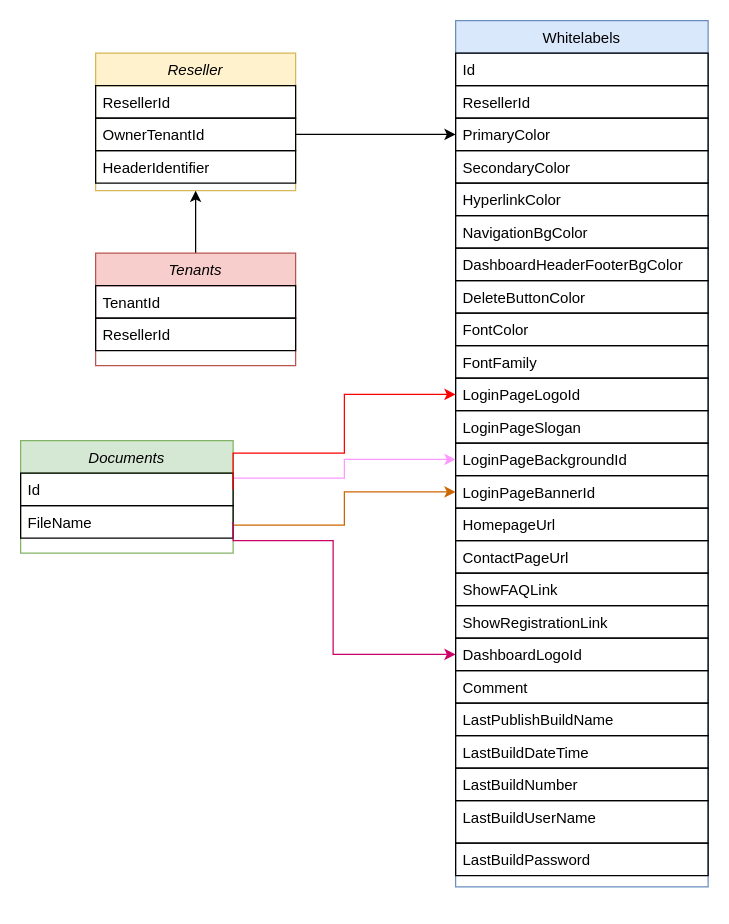
sahar2550/.Net keeps this draw.io diagram as Unbenanntes Diagramm.drawio. Above is the earlier version. Source tidied: cells renumbered, new cells numbered last; positions are measured from the earlier drawing's top-left corner, leaving out a move shared by most shapes. Both pictures are drawn from the tidied source at 125%, with x=0, y=0 at pixel (20, 20).
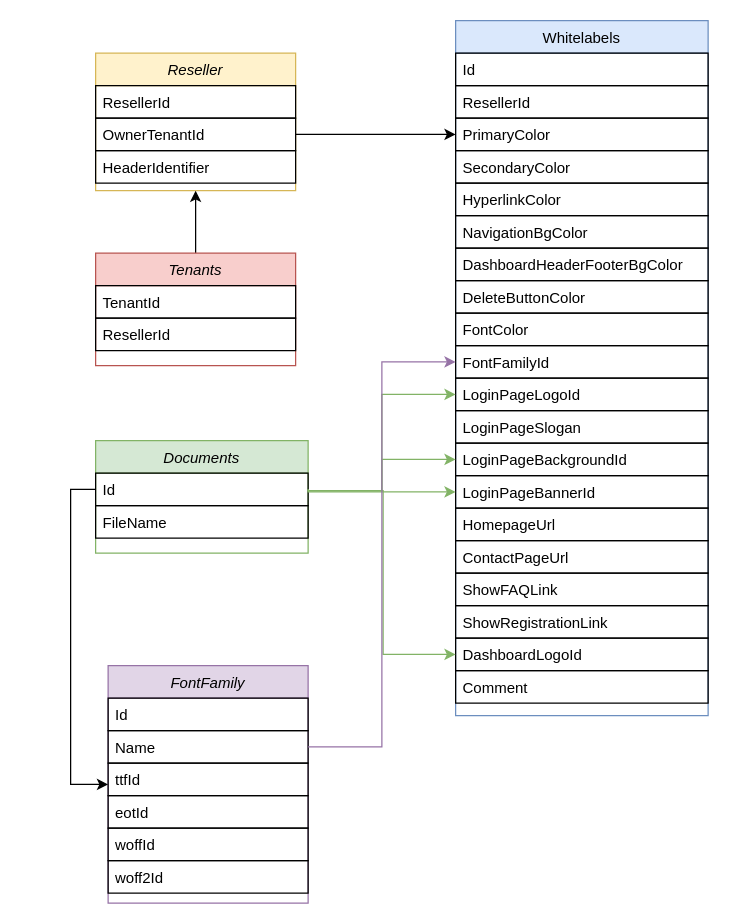
The same diagram, later.

The change refers to these unchanged cells:
```xml
<mxCell id="17" value="LoginPageLogoId" style="text;align=left;verticalAlign=top;spacingLeft=4;spacingRight=4;overflow=hidden;points=[[0,0.5],[1,0.5]];portConstraint=eastwest;rounded=0;shadow=0;html=0;strokeColor=default;" parent="6" vertex="1">
  <mxGeometry y="286" width="202" height="26" as="geometry" />
</mxCell>
<mxCell id="19" value="LoginPageBackgroundId" style="text;align=left;verticalAlign=top;spacingLeft=4;spacingRight=4;overflow=hidden;points=[[0,0.5],[1,0.5]];portConstraint=eastwest;rounded=0;shadow=0;html=0;strokeColor=default;" parent="6" vertex="1">
  <mxGeometry y="338" width="202" height="26" as="geometry" />
</mxCell>
<mxCell id="20" value="LoginPageBannerId" style="text;align=left;verticalAlign=top;spacingLeft=4;spacingRight=4;overflow=hidden;points=[[0,0.5],[1,0.5]];portConstraint=eastwest;rounded=0;shadow=0;html=0;strokeColor=default;" parent="6" vertex="1">
  <mxGeometry y="364" width="202" height="26" as="geometry" />
</mxCell>
<mxCell id="25" value="DashboardLogoId" style="text;align=left;verticalAlign=top;spacingLeft=4;spacingRight=4;overflow=hidden;points=[[0,0.5],[1,0.5]];portConstraint=eastwest;rounded=0;shadow=0;html=0;strokeColor=default;" parent="6" vertex="1">
  <mxGeometry y="494" width="202" height="26" as="geometry" />
</mxCell>
<mxCell id="40" value="Id" style="text;align=left;verticalAlign=top;spacingLeft=4;spacingRight=4;overflow=hidden;points=[[0,0.5],[1,0.5]];portConstraint=eastwest;strokeColor=default;" parent="39" vertex="1">
  <mxGeometry y="26" width="170" height="26" as="geometry" />
</mxCell>
<mxCell id="41" value="FileName" style="text;align=left;verticalAlign=top;spacingLeft=4;spacingRight=4;overflow=hidden;points=[[0,0.5],[1,0.5]];portConstraint=eastwest;rounded=0;shadow=0;html=0;strokeColor=default;" parent="39" vertex="1">
  <mxGeometry y="52" width="170" height="26" as="geometry" />
</mxCell>
```

The edit, as a diff of the source:
```diff
@@
     <mxCell id="6" value="Whitelabels" style="swimlane;fontStyle=0;align=center;verticalAlign=top;horizontal=1;startSize=26;rounded=0;shadow=0;strokeWidth=1;fillColor=#dae8fc;strokeColor=#6c8ebf;" parent="1" vertex="1">
-      <mxGeometry x="348" width="202" height="693" as="geometry" />
+      <mxGeometry x="348" width="202" height="556" as="geometry" />
     </mxCell>
@@
-    <mxCell id="16" value="FontFamily" style="text;align=left;verticalAlign=top;spacingLeft=4;spacingRight=4;overflow=hidden;points=[[0,0.5],[1,0.5]];portConstraint=eastwest;rounded=0;shadow=0;html=0;strokeColor=default;" parent="6" vertex="1">
+    <mxCell id="16" value="FontFamilyId" style="text;align=left;verticalAlign=top;spacingLeft=4;spacingRight=4;overflow=hidden;points=[[0,0.5],[1,0.5]];portConstraint=eastwest;rounded=0;shadow=0;html=0;strokeColor=default;" parent="6" vertex="1">
       <mxGeometry y="260" width="202" height="26" as="geometry" />
     </mxCell>
@@
-    <mxCell id="27" value="LastPublishBuildName" style="text;align=left;verticalAlign=top;spacingLeft=4;spacingRight=4;overflow=hidden;rounded=0;shadow=0;html=0;strokeColor=default;" parent="6" vertex="1">
-      <mxGeometry y="546" width="202" height="26" as="geometry" />
-    </mxCell>
-    <mxCell id="28" value="LastBuildDateTime" style="text;align=left;verticalAlign=top;spacingLeft=4;spacingRight=4;overflow=hidden;rounded=0;shadow=0;html=0;strokeColor=default;" parent="6" vertex="1">
-      <mxGeometry y="572" width="202" height="26" as="geometry" />
-    </mxCell>
-    <mxCell id="29" value="LastBuildNumber" style="text;align=left;verticalAlign=top;spacingLeft=4;spacingRight=4;overflow=hidden;rounded=0;shadow=0;html=0;strokeColor=default;" parent="6" vertex="1">
-      <mxGeometry y="598" width="202" height="26" as="geometry" />
-    </mxCell>
-    <mxCell id="30" value="LastBuildUserName" style="text;align=left;verticalAlign=top;spacingLeft=4;spacingRight=4;overflow=hidden;rounded=0;shadow=0;html=0;strokeColor=default;" parent="6" vertex="1">
-      <mxGeometry y="624" width="202" height="34" as="geometry" />
-    </mxCell>
-    <mxCell id="31" value="LastBuildPassword" style="text;align=left;verticalAlign=top;spacingLeft=4;spacingRight=4;overflow=hidden;rounded=0;shadow=0;html=0;strokeColor=default;" parent="6" vertex="1">
-      <mxGeometry y="658" width="202" height="26" as="geometry" />
-    </mxCell>
@@
-    <mxCell id="37" style="edgeStyle=orthogonalEdgeStyle;rounded=0;jettySize=auto;html=1;entryX=0;entryY=0.5;entryDx=0;entryDy=0;strokeColor=#FF99FF;" parent="1" edge="1" source="39" target="19">
-      <mxGeometry relative="1" as="geometry">
-        <Array as="points">
-          <mxPoint x="259" y="366" />
-          <mxPoint x="259" y="351" />
-        </Array>
-      </mxGeometry>
-    </mxCell>
-    <mxCell id="38" style="edgeStyle=orthogonalEdgeStyle;rounded=0;jettySize=auto;html=1;exitX=1;exitY=0.75;exitDx=0;exitDy=0;entryX=0;entryY=0.5;entryDx=0;entryDy=0;strokeColor=#CC6600;" parent="1" edge="1" source="39" target="20">
-      <mxGeometry relative="1" as="geometry" />
-    </mxCell>
     <mxCell id="39" value="Documents" style="swimlane;fontStyle=2;align=center;verticalAlign=top;horizontal=1;startSize=26;rounded=0;shadow=0;strokeWidth=1;fillColor=#d5e8d4;strokeColor=#82b366;" parent="1" vertex="1">
-      <mxGeometry y="336" width="170" height="90" as="geometry" />
+      <mxGeometry x="60" y="336" width="170" height="90" as="geometry" />
     </mxCell>
@@
+    <mxCell id="44" value="FontFamily" style="swimlane;fontStyle=2;align=center;verticalAlign=top;horizontal=1;startSize=26;rounded=0;shadow=0;strokeWidth=1;fillColor=#e1d5e7;strokeColor=#9673a6;" parent="1" vertex="1">
+      <mxGeometry x="70" y="516" width="160" height="190" as="geometry" />
+    </mxCell>
+    <mxCell id="45" value="Id" style="text;align=left;verticalAlign=top;spacingLeft=4;spacingRight=4;overflow=hidden;strokeColor=default;" parent="44" vertex="1">
+      <mxGeometry y="26" width="160" height="26" as="geometry" />
+    </mxCell>
+    <mxCell id="46" value="Name" style="text;align=left;verticalAlign=top;spacingLeft=4;spacingRight=4;overflow=hidden;points=[[0,0.5],[1,0.5]];portConstraint=eastwest;strokeColor=default;" parent="44" vertex="1">
+      <mxGeometry y="52" width="160" height="26" as="geometry" />
+    </mxCell>
+    <mxCell id="47" value="ttfId" style="text;align=left;verticalAlign=top;spacingLeft=4;spacingRight=4;overflow=hidden;strokeColor=default;" parent="44" vertex="1">
+      <mxGeometry y="78" width="160" height="26" as="geometry" />
+    </mxCell>
+    <mxCell id="48" value="eotId" style="text;align=left;verticalAlign=top;spacingLeft=4;spacingRight=4;overflow=hidden;strokeColor=default;" parent="44" vertex="1">
+      <mxGeometry y="104" width="160" height="26" as="geometry" />
+    </mxCell>
+    <mxCell id="49" value="woffId" style="text;align=left;verticalAlign=top;spacingLeft=4;spacingRight=4;overflow=hidden;strokeColor=default;" parent="44" vertex="1">
+      <mxGeometry y="130" width="160" height="26" as="geometry" />
+    </mxCell>
+    <mxCell id="50" value="woff2Id" style="text;align=left;verticalAlign=top;spacingLeft=4;spacingRight=4;overflow=hidden;strokeColor=default;" parent="44" vertex="1">
+      <mxGeometry y="156" width="160" height="26" as="geometry" />
+    </mxCell>
+    <mxCell id="51" style="edgeStyle=orthogonalEdgeStyle;rounded=0;jettySize=auto;html=1;entryX=0;entryY=0.5;entryDx=0;entryDy=0;" parent="1" edge="1" source="40" target="44">
+      <mxGeometry relative="1" as="geometry">
+        <Array as="points">
+          <mxPoint x="40" y="375" />
+          <mxPoint x="40" y="611" />
+        </Array>
+      </mxGeometry>
+    </mxCell>
+    <mxCell id="52" style="edgeStyle=orthogonalEdgeStyle;rounded=0;jettySize=auto;html=1;exitX=1;exitY=0.5;exitDx=0;exitDy=0;entryX=0;entryY=0.5;entryDx=0;entryDy=0;fillColor=#d5e8d4;strokeColor=#82b366;" parent="1" edge="1" source="40" target="25">
+      <mxGeometry relative="1" as="geometry">
+        <Array as="points">
+          <mxPoint x="230" y="376" />
+          <mxPoint x="290" y="376" />
+          <mxPoint x="290" y="507" />
+        </Array>
+      </mxGeometry>
+    </mxCell>
+    <mxCell id="53" style="edgeStyle=orthogonalEdgeStyle;rounded=0;jettySize=auto;html=1;exitX=1;exitY=0.5;exitDx=0;exitDy=0;entryX=0;entryY=0.5;entryDx=0;entryDy=0;fillColor=#d5e8d4;strokeColor=#82b366;" parent="1" edge="1" source="40" target="20">
+      <mxGeometry relative="1" as="geometry">
+        <Array as="points">
+          <mxPoint x="230" y="377" />
+        </Array>
+      </mxGeometry>
+    </mxCell>
-    <mxCell id="42" style="edgeStyle=orthogonalEdgeStyle;rounded=0;jettySize=auto;html=1;exitX=1;exitY=0.5;exitDx=0;exitDy=0;entryX=0;entryY=0.5;entryDx=0;entryDy=0;strokeColor=#FF0000;" parent="1" edge="1" source="40" target="17">
+    <mxCell id="42" style="edgeStyle=orthogonalEdgeStyle;rounded=0;jettySize=auto;html=1;entryX=0;entryY=0.5;entryDx=0;entryDy=0;exitX=1;exitY=0.5;exitDx=0;exitDy=0;fillColor=#d5e8d4;strokeColor=#82b366;" parent="1" edge="1" source="40" target="17">
       <mxGeometry relative="1" as="geometry">
         <Array as="points">
-          <mxPoint x="170" y="346" />
-          <mxPoint x="259" y="346" />
-          <mxPoint x="259" y="299" />
+          <mxPoint x="230" y="376" />
+          <mxPoint x="289" y="376" />
+          <mxPoint x="289" y="299" />
         </Array>
       </mxGeometry>
     </mxCell>
-    <mxCell id="43" style="edgeStyle=orthogonalEdgeStyle;rounded=0;jettySize=auto;html=1;exitX=1;exitY=0.5;exitDx=0;exitDy=0;entryX=0;entryY=0.5;entryDx=0;entryDy=0;strokeColor=#CC0066;" parent="1" edge="1" source="41" target="25">
-      <mxGeometry relative="1" as="geometry">
-        <Array as="points">
-          <mxPoint x="170" y="416" />
-          <mxPoint x="250" y="416" />
-          <mxPoint x="250" y="507" />
-        </Array>
-      </mxGeometry>
-    </mxCell>
+    <mxCell id="54" style="edgeStyle=orthogonalEdgeStyle;rounded=0;jettySize=auto;html=1;entryX=0;entryY=0.5;entryDx=0;entryDy=0;fillColor=#d5e8d4;strokeColor=#82b366;" parent="1" edge="1" target="19">
+      <mxGeometry relative="1" as="geometry">
+        <mxPoint x="230" y="376" as="sourcePoint" />
+        <Array as="points">
+          <mxPoint x="289" y="376" />
+          <mxPoint x="289" y="351" />
+        </Array>
+      </mxGeometry>
+    </mxCell>
+    <mxCell id="55" style="edgeStyle=orthogonalEdgeStyle;rounded=0;jettySize=auto;html=1;exitX=1;exitY=0.5;exitDx=0;exitDy=0;entryX=0;entryY=0.5;entryDx=0;entryDy=0;fillColor=#e1d5e7;strokeColor=#9673a6;" parent="1" edge="1" source="46" target="16">
+      <mxGeometry relative="1" as="geometry" />
+    </mxCell>
```
